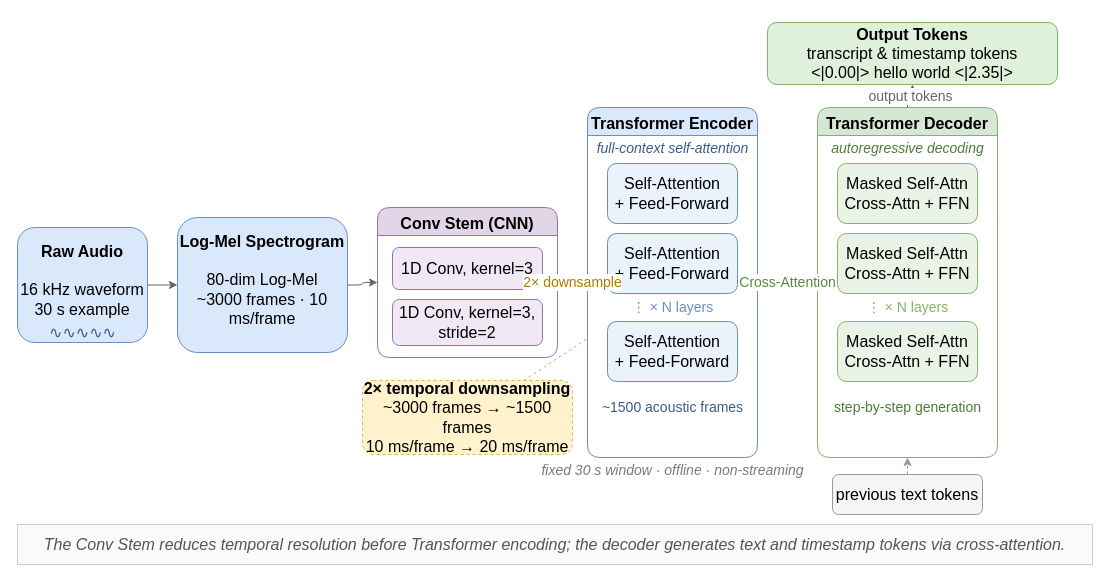
The draw.io diagram paper/tougao_new/3次调整/attach/drawprompt/pic1.drawio in hua0424/streamllm, before the edit. Source tidied: cells renumbered, new cells numbered last; positions are measured from the earlier drawing's top-left corner, leaving out a move shared by most shapes. Both pictures are drawn from the tidied source at 100%, with x=0, y=0 at pixel (17, 22).
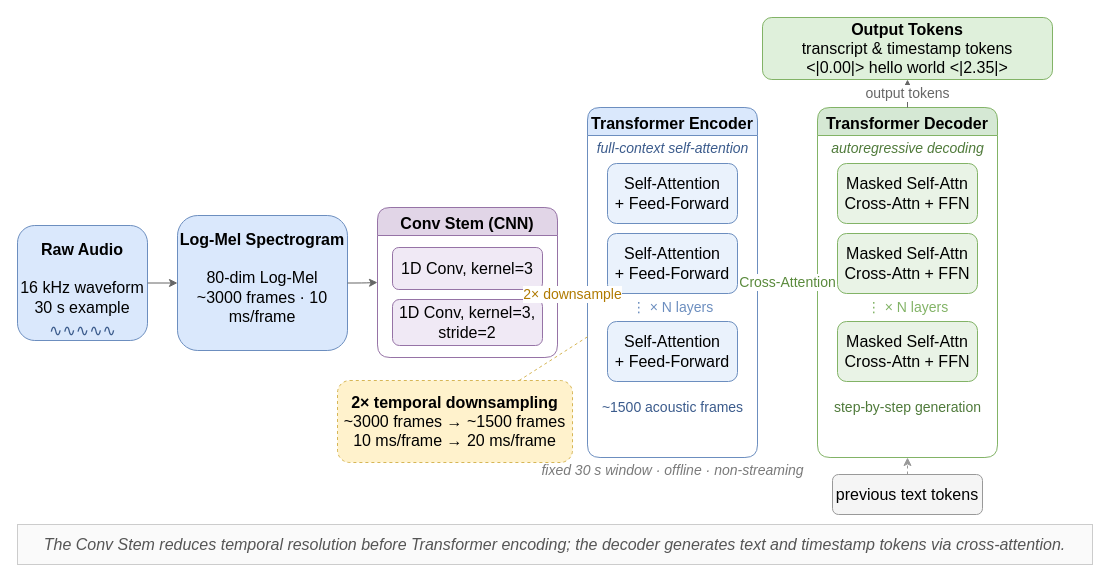
After the change.

The change refers to these unchanged cells:
```xml
<mxCell id="5" value="&lt;font face=&quot;Helvetica&quot; style=&quot;font-size: 16px;&quot;&gt;Conv Stem (CNN)&lt;/font&gt;" style="swimlane;rounded=1;whiteSpace=wrap;html=1;fillColor=#e1d5e7;strokeColor=#9673a6;startSize=28;fontSize=12;fontStyle=1;align=center;verticalAlign=top;" parent="1" vertex="1">
  <mxGeometry x="360" y="185" width="180" height="150" as="geometry" />
</mxCell>
<mxCell id="9" value="&lt;font face=&quot;Helvetica&quot; style=&quot;font-size: 16px;&quot;&gt;Transformer Encoder&lt;/font&gt;" style="swimlane;rounded=1;whiteSpace=wrap;html=1;fillColor=#dae8fc;strokeColor=#6c8ebf;startSize=28;fontSize=13;fontStyle=1;align=center;verticalAlign=top;" parent="1" vertex="1">
  <mxGeometry x="570" y="85" width="170" height="350" as="geometry" />
</mxCell>
```

What changed in the source:
```diff
@@
     <mxCell id="2" value="&lt;font face=&quot;Helvetica&quot; style=&quot;font-size: 16px;&quot;&gt;&lt;b style=&quot;&quot;&gt;Raw Audio&lt;/b&gt;&lt;br&gt;&lt;br&gt;16 kHz waveform&lt;br&gt;30 s example&lt;/font&gt;" style="rounded=1;whiteSpace=wrap;html=1;fillColor=#dae8fc;strokeColor=#6c8ebf;align=center;verticalAlign=top;spacingTop=8;fontSize=12;" parent="1" vertex="1">
-      <mxGeometry y="205" width="130" height="115" as="geometry" />
+      <mxGeometry y="203" width="130" height="115" as="geometry" />
     </mxCell>
     <mxCell id="3" value="∿∿∿∿∿" style="text;html=1;align=center;verticalAlign=middle;fontSize=16;fontColor=#3b5b8c;" parent="1" vertex="1">
-      <mxGeometry x="15" y="290" width="100" height="40" as="geometry" />
+      <mxGeometry x="15" y="288" width="100" height="40" as="geometry" />
     </mxCell>
     <mxCell id="4" value="&lt;font face=&quot;Helvetica&quot; style=&quot;font-size: 16px;&quot;&gt;&lt;b style=&quot;&quot;&gt;Log-Mel Spectrogram&lt;/b&gt;&lt;br&gt;&lt;br&gt;80-dim Log-Mel&lt;br&gt;~3000 frames · 10 ms/frame&lt;/font&gt;" style="rounded=1;whiteSpace=wrap;html=1;fillColor=#dae8fc;strokeColor=#6c8ebf;align=center;verticalAlign=top;spacingTop=8;fontSize=12;" parent="1" vertex="1">
-      <mxGeometry x="160" y="195" width="170" height="135" as="geometry" />
+      <mxGeometry x="160" y="193" width="170" height="135" as="geometry" />
     </mxCell>
@@
     <mxCell id="8" value="&lt;font face=&quot;Helvetica&quot; style=&quot;font-size: 16px;&quot;&gt;&lt;b&gt;2× temporal downsampling&lt;/b&gt;&lt;br&gt;~3000 frames → ~1500 frames&lt;br&gt;10 ms/frame → 20 ms/frame&lt;/font&gt;" style="rounded=1;whiteSpace=wrap;html=1;fillColor=#fff2cc;strokeColor=#d6b656;dashed=1;align=center;fontSize=11;" parent="1" vertex="1">
-      <mxGeometry x="345" y="358" width="210" height="74" as="geometry" />
+      <mxGeometry x="320" y="358" width="235" height="82" as="geometry" />
     </mxCell>
@@
     <mxCell id="25" value="&lt;font face=&quot;Helvetica&quot; style=&quot;font-size: 16px;&quot;&gt;&lt;b&gt;Output Tokens&lt;/b&gt;&lt;br&gt;transcript &amp;amp; timestamp tokens&lt;br&gt;&amp;lt;|0.00|&amp;gt; hello world &amp;lt;|2.35|&amp;gt;&lt;/font&gt;" style="rounded=1;whiteSpace=wrap;html=1;fillColor=#dff0db;strokeColor=#82b366;align=center;verticalAlign=middle;fontSize=11;" parent="1" vertex="1">
-      <mxGeometry x="750" width="290" height="62" as="geometry" />
+      <mxGeometry x="745" y="-5" width="290" height="62" as="geometry" />
     </mxCell>
@@
-    <mxCell id="29" value="&lt;font face=&quot;Helvetica&quot; style=&quot;font-size: 14px;&quot;&gt;2× downsample&lt;/font&gt;" style="edgeStyle=orthogonalEdgeStyle;rounded=1;html=1;endArrow=classic;strokeColor=#666666;strokeWidth=2.5;fontSize=11;fontColor=#b07a00;exitX=1;exitY=0.5;exitDx=0;exitDy=0;entryX=0;entryY=0.5;entryDx=0;entryDy=0;" parent="1" edge="1" source="5" target="9">
-      <mxGeometry relative="1" as="geometry" />
+    <mxCell id="29" value="&lt;font face=&quot;Helvetica&quot; style=&quot;font-size: 14px;&quot;&gt;2× downsample&lt;/font&gt;" style="edgeStyle=orthogonalEdgeStyle;rounded=1;html=1;endArrow=classic;strokeColor=#666666;strokeWidth=2.5;fontSize=11;fontColor=#b07a00;exitX=1;exitY=0.5;exitDx=0;exitDy=0;entryX=0;entryY=0.5;entryDx=0;entryDy=0;" parent="1" edge="1">
+      <mxGeometry relative="1" as="geometry">
+        <mxPoint x="540" y="272" as="sourcePoint" />
+        <mxPoint x="570" y="272" as="targetPoint" />
+      </mxGeometry>
     </mxCell>
```
